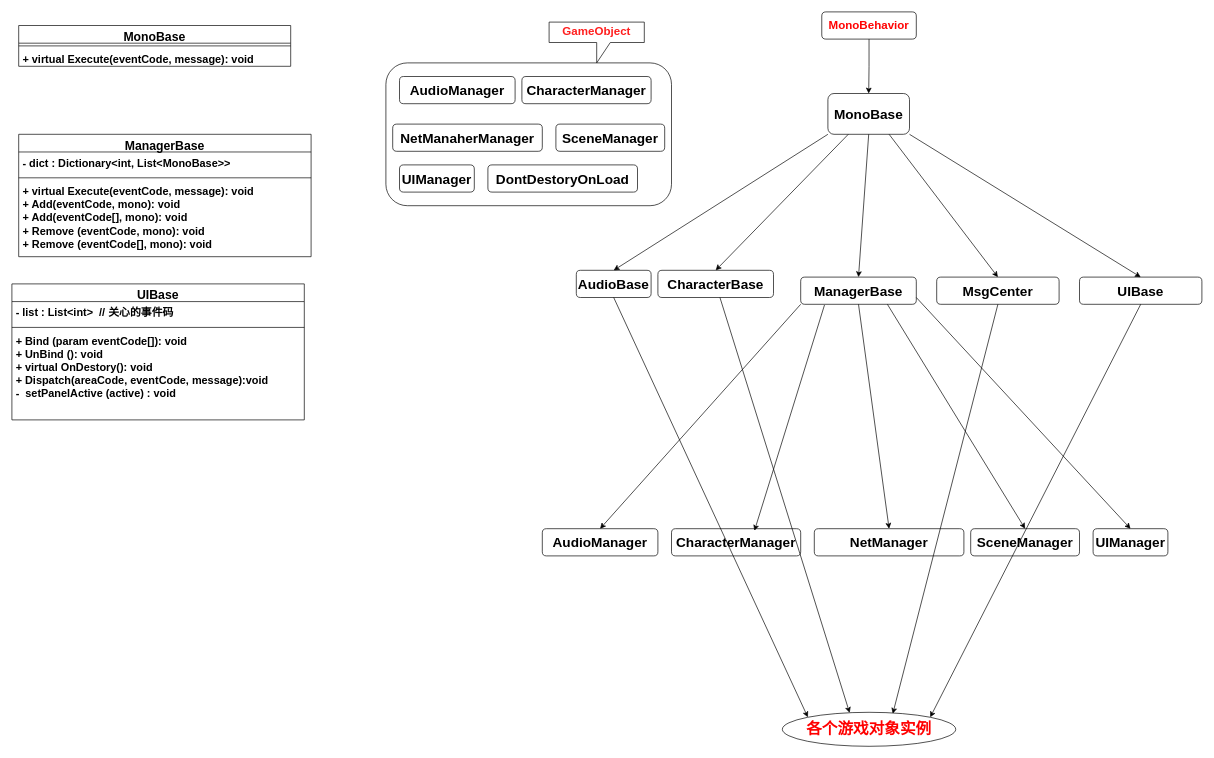
The draw.io diagram 网络斗地主.drawio in chhelloworld/DrawRepository, before the edit. Source tidied: cells renumbered, new cells numbered last; positions are measured from the earlier drawing's top-left corner, leaving out a move shared by most shapes. Both pictures are drawn from the tidied source at 68%, with x=0, y=0 at pixel (12, 12).
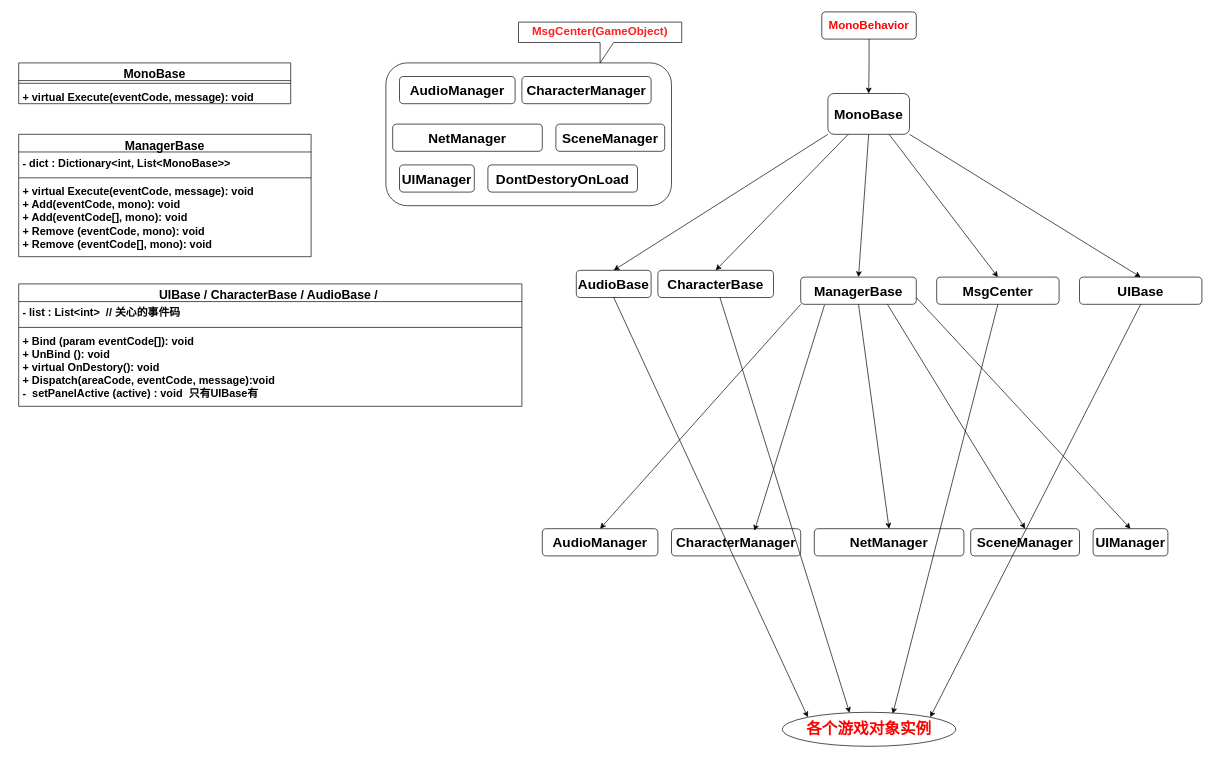
Above is the later version.

Commit message (it also covers changes not shown here):
更新网络斗地主.drawio

What changed in the source:
```diff
@@
-    <mxCell id="16" value="&lt;font color=&quot;#ff1f1f&quot; style=&quot;font-size: 17px;&quot;&gt;&lt;b&gt;GameObject&lt;/b&gt;&lt;/font&gt;" style="shape=callout;whiteSpace=wrap;html=1;perimeter=calloutPerimeter;" parent="1" vertex="1">
-      <mxGeometry x="790" y="15" width="140" height="60" as="geometry" />
+    <mxCell id="16" value="&lt;font color=&quot;#ff1f1f&quot; style=&quot;font-size: 17px;&quot;&gt;&lt;b&gt;MsgCenter(GameObject)&lt;/b&gt;&lt;/font&gt;" style="shape=callout;whiteSpace=wrap;html=1;perimeter=calloutPerimeter;" parent="1" vertex="1">
+      <mxGeometry x="745" y="15" width="240" height="60" as="geometry" />
     </mxCell>
@@
-    <mxCell id="29" value="&lt;b style=&quot;font-size: 20px;&quot;&gt;NetManaherManager&lt;/b&gt;" style="rounded=1;whiteSpace=wrap;html=1;" parent="1" vertex="1">
+    <mxCell id="29" value="&lt;b style=&quot;font-size: 20px;&quot;&gt;NetManager&lt;/b&gt;" style="rounded=1;whiteSpace=wrap;html=1;" parent="1" vertex="1">
       <mxGeometry x="560" y="165" width="220" height="40" as="geometry" />
     </mxCell>
@@
     <mxCell id="39" value="&lt;font style=&quot;font-size: 18px;&quot;&gt;MonoBase&lt;/font&gt;" style="swimlane;fontStyle=1;align=center;verticalAlign=top;horizontal=1;startSize=26;whiteSpace=wrap;html=1;" parent="1" vertex="1">
-      <mxGeometry x="10" y="20" width="400" height="60" as="geometry" />
+      <mxGeometry x="10" y="75" width="400" height="60" as="geometry" />
     </mxCell>
@@
-    <mxCell id="46" value="&lt;font style=&quot;font-size: 18px;&quot;&gt;UIBase&lt;/font&gt;" style="swimlane;fontStyle=1;align=center;verticalAlign=top;horizontal=1;startSize=26;whiteSpace=wrap;html=1;" parent="1" vertex="1">
-      <mxGeometry y="400" width="430" height="200" as="geometry" />
+    <mxCell id="46" value="&lt;font style=&quot;font-size: 18px;&quot;&gt;UIBase / CharacterBase / AudioBase /&amp;nbsp;&lt;/font&gt;" style="swimlane;fontStyle=1;align=center;verticalAlign=top;horizontal=1;startSize=26;whiteSpace=wrap;html=1;" parent="1" vertex="1">
+      <mxGeometry x="10" y="400" width="740" height="180" as="geometry" />
     </mxCell>
     <mxCell id="47" value="&lt;b style=&quot;font-size: 16px;&quot;&gt;- list : List&amp;lt;int&amp;gt;&amp;nbsp; // 关心的事件码&amp;nbsp;&lt;/b&gt;&lt;div&gt;&lt;b style=&quot;font-size: 16px;&quot;&gt;&lt;br&gt;&lt;/b&gt;&lt;/div&gt;" style="text;strokeColor=none;fillColor=none;align=left;verticalAlign=top;spacingLeft=4;spacingRight=4;overflow=hidden;whiteSpace=wrap;html=1;" parent="46" vertex="1">
-      <mxGeometry y="26" width="430" height="34" as="geometry" />
+      <mxGeometry y="26" width="740" height="34" as="geometry" />
     </mxCell>
     <mxCell id="48" style="line;strokeWidth=1;fillColor=none;align=left;verticalAlign=middle;spacingTop=-1;spacingLeft=3;spacingRight=3;labelPosition=right;strokeColor=inherit;" parent="46" vertex="1">
-      <mxGeometry y="60" width="430" height="8" as="geometry" />
+      <mxGeometry y="60" width="740" height="8" as="geometry" />
     </mxCell>
-    <mxCell id="49" value="&lt;b style=&quot;font-size: 16px;&quot;&gt;+ Bind (param eventCode[]): void&lt;/b&gt;&lt;div&gt;&lt;b style=&quot;font-size: 16px;&quot;&gt;+ UnBind (): void&lt;/b&gt;&lt;/div&gt;&lt;div&gt;&lt;b style=&quot;font-size: 16px;&quot;&gt;+ virtual OnDestory(): void&lt;/b&gt;&lt;/div&gt;&lt;div&gt;&lt;b style=&quot;font-size: 16px;&quot;&gt;+ Dispatch(areaCode, eventCode, message):void&lt;/b&gt;&lt;/div&gt;&lt;div&gt;&lt;b style=&quot;font-size: 16px;&quot;&gt;-&amp;nbsp; setPanelActive (active) : void&lt;/b&gt;&lt;/div&gt;" style="text;strokeColor=none;fillColor=none;align=left;verticalAlign=top;spacingLeft=4;spacingRight=4;overflow=hidden;whiteSpace=wrap;html=1;" parent="46" vertex="1">
-      <mxGeometry y="68" width="430" height="132" as="geometry" />
+    <mxCell id="49" value="&lt;b style=&quot;font-size: 16px;&quot;&gt;+ Bind (param eventCode[]): void&lt;/b&gt;&lt;div&gt;&lt;b style=&quot;font-size: 16px;&quot;&gt;+ UnBind (): void&lt;/b&gt;&lt;/div&gt;&lt;div&gt;&lt;b style=&quot;font-size: 16px;&quot;&gt;+ virtual OnDestory(): void&lt;/b&gt;&lt;/div&gt;&lt;div&gt;&lt;b style=&quot;font-size: 16px;&quot;&gt;+ Dispatch(areaCode, eventCode, message):void&lt;/b&gt;&lt;/div&gt;&lt;div&gt;&lt;b style=&quot;font-size: 16px;&quot;&gt;-&amp;nbsp; setPanelActive (active) : void&amp;nbsp; 只有UIBase有&lt;/b&gt;&lt;/div&gt;" style="text;strokeColor=none;fillColor=none;align=left;verticalAlign=top;spacingLeft=4;spacingRight=4;overflow=hidden;whiteSpace=wrap;html=1;" parent="46" vertex="1">
+      <mxGeometry y="68" width="740" height="112" as="geometry" />
     </mxCell>
```
